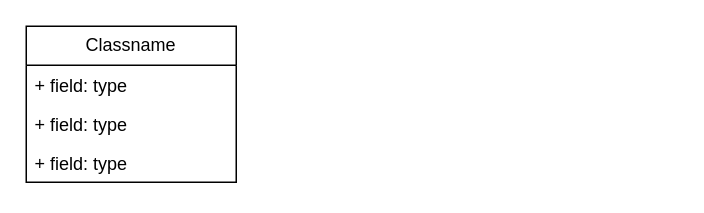
Above: Diagrama sem nome.drawio in MarySql/sudoku (draw.io), before the change. Source tidied: cells renumbered, new cells numbered last; positions are measured from the earlier drawing's top-left corner, leaving out a move shared by most shapes. Both pictures are drawn from the tidied source at 150%, with x=0, y=0 at pixel (26, 26).
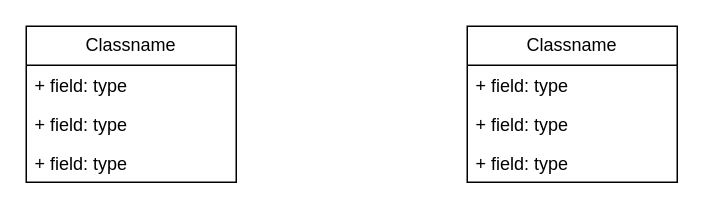
Above is the later version.

The edit, as a diff of the source:
```diff
@@
 <mxGraphModel>
   <root>
     <mxCell id="0" />
     <mxCell id="1" parent="0" />
     <mxCell id="2" value="Classname" style="swimlane;fontStyle=0;horizontal=1;startSize=26;fillColor=none;whiteSpace=wrap;html=1;" parent="1" vertex="1">
       <mxGeometry width="140" height="104" as="geometry" />
     </mxCell>
     <mxCell id="3" value="+ field: type" style="text;strokeColor=none;fillColor=none;align=left;verticalAlign=top;spacingLeft=4;spacingRight=4;overflow=hidden;whiteSpace=wrap;html=1;" parent="2" vertex="1">
       <mxGeometry y="26" width="140" height="26" as="geometry" />
     </mxCell>
     <mxCell id="4" value="+ field: type" style="text;strokeColor=none;fillColor=none;align=left;verticalAlign=top;spacingLeft=4;spacingRight=4;overflow=hidden;whiteSpace=wrap;html=1;" parent="2" vertex="1">
       <mxGeometry y="52" width="140" height="26" as="geometry" />
     </mxCell>
     <mxCell id="5" value="+ field: type" style="text;strokeColor=none;fillColor=none;align=left;verticalAlign=top;spacingLeft=4;spacingRight=4;overflow=hidden;whiteSpace=wrap;html=1;" parent="2" vertex="1">
       <mxGeometry y="78" width="140" height="26" as="geometry" />
     </mxCell>
+    <mxCell id="6" value="Classname" style="swimlane;fontStyle=0;horizontal=1;startSize=26;fillColor=none;whiteSpace=wrap;html=1;" parent="1" vertex="1">
+      <mxGeometry x="294" width="140" height="104" as="geometry" />
+    </mxCell>
+    <mxCell id="7" value="+ field: type" style="text;strokeColor=none;fillColor=none;align=left;verticalAlign=top;spacingLeft=4;spacingRight=4;overflow=hidden;whiteSpace=wrap;html=1;" parent="6" vertex="1">
+      <mxGeometry y="26" width="140" height="26" as="geometry" />
+    </mxCell>
+    <mxCell id="8" value="+ field: type" style="text;strokeColor=none;fillColor=none;align=left;verticalAlign=top;spacingLeft=4;spacingRight=4;overflow=hidden;whiteSpace=wrap;html=1;" parent="6" vertex="1">
+      <mxGeometry y="52" width="140" height="26" as="geometry" />
+    </mxCell>
+    <mxCell id="9" value="+ field: type" style="text;strokeColor=none;fillColor=none;align=left;verticalAlign=top;spacingLeft=4;spacingRight=4;overflow=hidden;whiteSpace=wrap;html=1;" parent="6" vertex="1">
+      <mxGeometry y="78" width="140" height="26" as="geometry" />
+    </mxCell>
   </root>
 </mxGraphModel>
```
